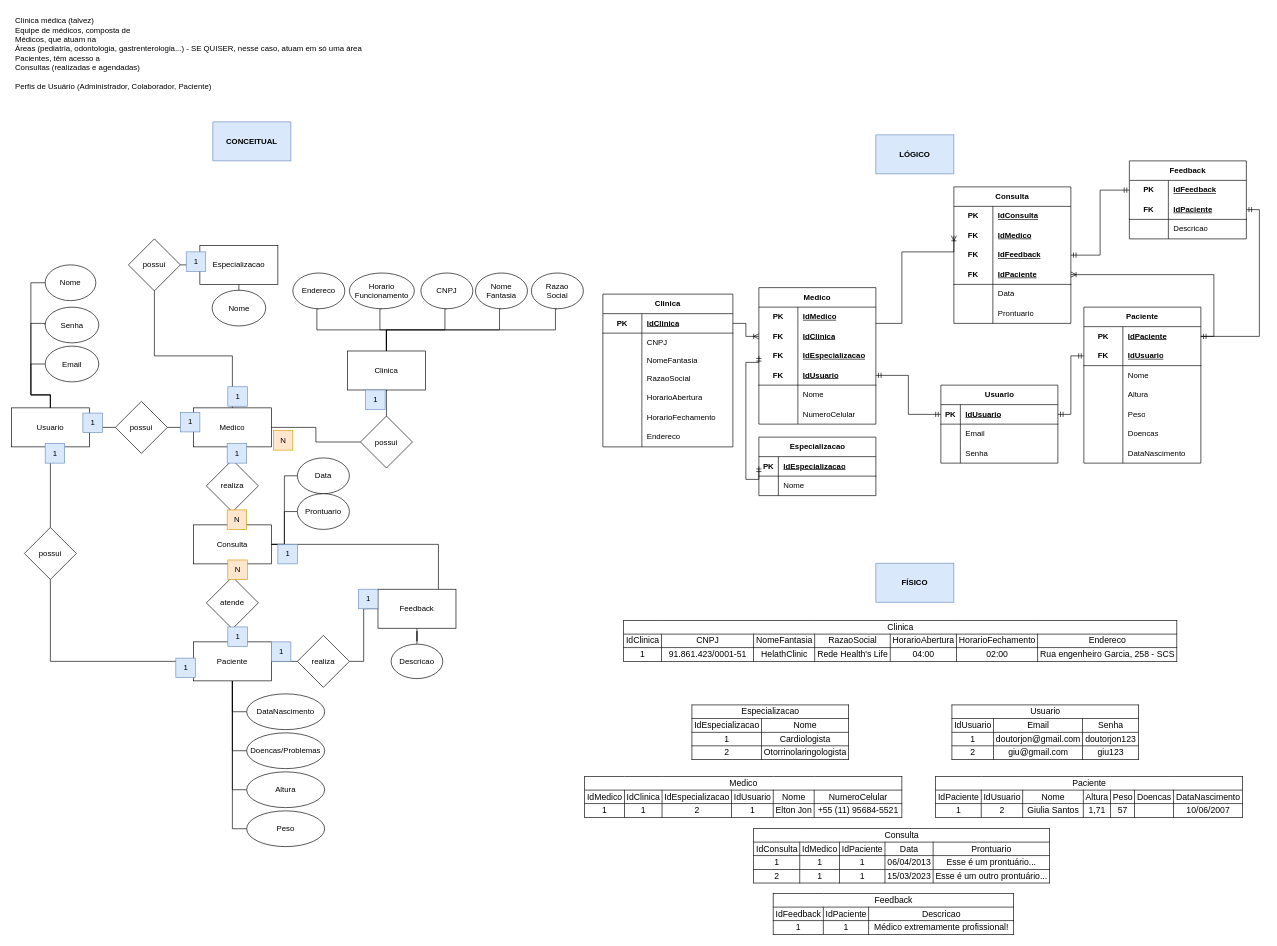
LucasBO7/senai-curso-repos-semestre-2 keeps this draw.io diagram as Banco de dados - Sprint 1/Projeto Health Clinic/Health Clinic.drawio. Above is the earlier version. Source tidied: cells renumbered, new cells numbered last; positions are measured from the earlier drawing's top-left corner, leaving out a move shared by most shapes. Both pictures are drawn from the tidied source at 65%, with x=0, y=0 at pixel (11, 11).
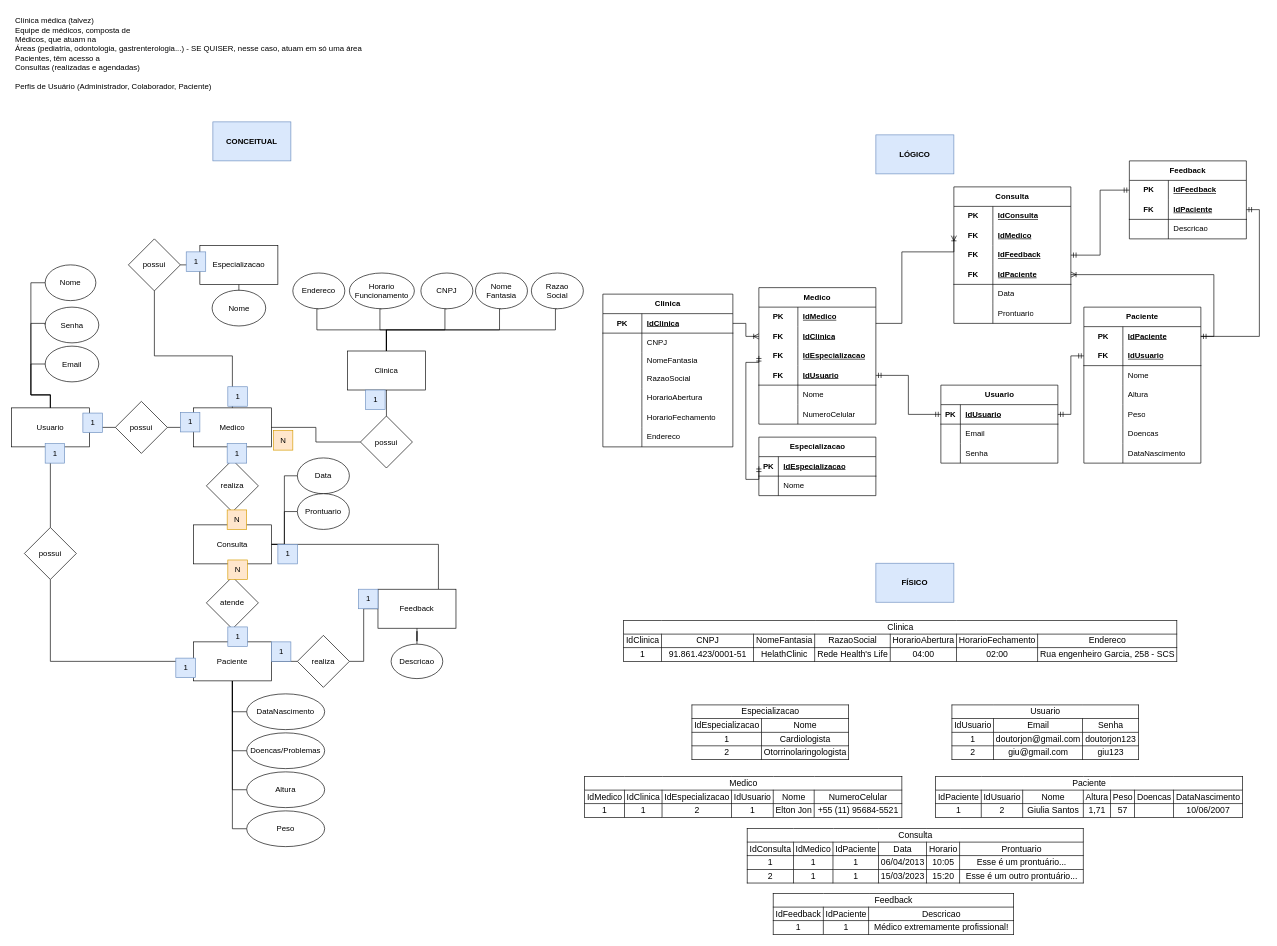
The same page after the edit.

The edit, as a diff of the source:
```diff
@@
-    <mxCell id="181" value="&lt;table xmlns=&quot;http://www.w3.org/1999/xhtml&quot; cellspacing=&quot;0&quot; cellpadding=&quot;0&quot; dir=&quot;ltr&quot; border=&quot;1&quot; style=&quot;table-layout:fixed;font-size:10pt;font-family:Arial;width:0px;border-collapse:collapse;border:none&quot;&gt;&lt;colgroup&gt;&lt;col width=&quot;71&quot;&gt;&lt;col width=&quot;61&quot;&gt;&lt;col width=&quot;70&quot;&gt;&lt;col width=&quot;74&quot;&gt;&lt;col width=&quot;179&quot;&gt;&lt;/colgroup&gt;&lt;tbody&gt;&lt;tr style=&quot;height:21px;&quot;&gt;&lt;td style=&quot;border-top:1px solid #000000;border-right:1px solid #000000;border-bottom:1px solid #000000;border-left:1px solid #000000;overflow:hidden;padding:2px 3px 2px 3px;vertical-align:bottom;text-align:center;&quot; rowspan=&quot;1&quot; colspan=&quot;5&quot;&gt;Consulta&lt;/td&gt;&lt;/tr&gt;&lt;tr style=&quot;height:21px;&quot;&gt;&lt;td style=&quot;border-right:1px solid #000000;border-bottom:1px solid #000000;border-left:1px solid #000000;overflow:hidden;padding:2px 3px 2px 3px;vertical-align:bottom;text-align:center;&quot;&gt;IdConsulta&lt;/td&gt;&lt;td style=&quot;border-right:1px solid #000000;border-bottom:1px solid #000000;overflow:hidden;padding:2px 3px 2px 3px;vertical-align:bottom;text-align:center;&quot;&gt;IdMedico&lt;/td&gt;&lt;td style=&quot;border-right:1px solid #000000;border-bottom:1px solid #000000;overflow:hidden;padding:2px 3px 2px 3px;vertical-align:bottom;text-align:center;&quot;&gt;IdPaciente&lt;/td&gt;&lt;td style=&quot;border-right:1px solid #000000;border-bottom:1px solid #000000;overflow:hidden;padding:2px 3px 2px 3px;vertical-align:bottom;text-align:center;&quot;&gt;Data&lt;/td&gt;&lt;td style=&quot;border-right:1px solid #000000;border-bottom:1px solid #000000;overflow:hidden;padding:2px 3px 2px 3px;vertical-align:bottom;text-align:center;&quot;&gt;Prontuario&lt;/td&gt;&lt;/tr&gt;&lt;tr style=&quot;height:21px;&quot;&gt;&lt;td style=&quot;border-right:1px solid #000000;border-bottom:1px solid #000000;border-left:1px solid #000000;overflow:hidden;padding:2px 3px 2px 3px;vertical-align:bottom;text-align:center;&quot;&gt;1&lt;/td&gt;&lt;td style=&quot;border-right:1px solid #000000;border-bottom:1px solid #000000;overflow:hidden;padding:2px 3px 2px 3px;vertical-align:bottom;text-align:center;&quot;&gt;1&lt;/td&gt;&lt;td style=&quot;border-right:1px solid #000000;border-bottom:1px solid #000000;overflow:hidden;padding:2px 3px 2px 3px;vertical-align:bottom;text-align:center;&quot;&gt;1&lt;/td&gt;&lt;td style=&quot;border-right:1px solid #000000;border-bottom:1px solid #000000;overflow:hidden;padding:2px 3px 2px 3px;vertical-align:bottom;text-align:center;&quot;&gt;06/04/2013&lt;/td&gt;&lt;td style=&quot;border-right:1px solid #000000;border-bottom:1px solid #000000;overflow:hidden;padding:2px 3px 2px 3px;vertical-align:bottom;wrap-strategy:3;white-space:clip;text-align:center;&quot;&gt;Esse é um prontuário...&lt;/td&gt;&lt;/tr&gt;&lt;tr style=&quot;height:21px;&quot;&gt;&lt;td style=&quot;border-right:1px solid #000000;border-bottom:1px solid #000000;border-left:1px solid #000000;overflow:hidden;padding:2px 3px 2px 3px;vertical-align:bottom;text-align:center;&quot;&gt;2&lt;/td&gt;&lt;td style=&quot;border-right:1px solid #000000;border-bottom:1px solid #000000;overflow:hidden;padding:2px 3px 2px 3px;vertical-align:bottom;text-align:center;&quot;&gt;1&lt;/td&gt;&lt;td style=&quot;border-right:1px solid #000000;border-bottom:1px solid #000000;overflow:hidden;padding:2px 3px 2px 3px;vertical-align:bottom;text-align:center;&quot;&gt;1&lt;/td&gt;&lt;td style=&quot;border-right:1px solid #000000;border-bottom:1px solid #000000;overflow:hidden;padding:2px 3px 2px 3px;vertical-align:bottom;text-align:center;&quot;&gt;15/03/2023&lt;/td&gt;&lt;td style=&quot;border-right:1px solid #000000;border-bottom:1px solid #000000;overflow:hidden;padding:2px 3px 2px 3px;vertical-align:bottom;wrap-strategy:3;white-space:clip;text-align:center;&quot;&gt;Esse é um outro prontuário...&lt;/td&gt;&lt;/tr&gt;&lt;/tbody&gt;&lt;/table&gt;" style="text;whiteSpace=wrap;html=1;" parent="1" vertex="1">
-      <mxGeometry x="1140" y="1250" width="460" height="100" as="geometry" />
-    </mxCell>
@@
+    <mxCell id="206" value="&lt;table xmlns=&quot;http://www.w3.org/1999/xhtml&quot; cellspacing=&quot;0&quot; cellpadding=&quot;0&quot; dir=&quot;ltr&quot; border=&quot;1&quot; style=&quot;table-layout:fixed;font-size:10pt;font-family:Arial;width:0px;border-collapse:collapse;border:none&quot;&gt;&lt;colgroup&gt;&lt;col width=&quot;71&quot;&gt;&lt;col width=&quot;61&quot;&gt;&lt;col width=&quot;70&quot;&gt;&lt;col width=&quot;74&quot;&gt;&lt;col width=&quot;51&quot;&gt;&lt;col width=&quot;190&quot;&gt;&lt;/colgroup&gt;&lt;tbody&gt;&lt;tr style=&quot;height:21px;&quot;&gt;&lt;td style=&quot;border-top:1px solid #000000;border-right:1px solid #000000;border-bottom:1px solid #000000;border-left:1px solid #000000;overflow:hidden;padding:2px 3px 2px 3px;vertical-align:bottom;text-align:center;&quot; rowspan=&quot;1&quot; colspan=&quot;6&quot;&gt;Consulta&lt;/td&gt;&lt;/tr&gt;&lt;tr style=&quot;height:21px;&quot;&gt;&lt;td style=&quot;border-right:1px solid #000000;border-bottom:1px solid #000000;border-left:1px solid #000000;overflow:hidden;padding:2px 3px 2px 3px;vertical-align:bottom;text-align:center;&quot;&gt;IdConsulta&lt;/td&gt;&lt;td style=&quot;border-right:1px solid #000000;border-bottom:1px solid #000000;overflow:hidden;padding:2px 3px 2px 3px;vertical-align:bottom;text-align:center;&quot;&gt;IdMedico&lt;/td&gt;&lt;td style=&quot;border-right:1px solid #000000;border-bottom:1px solid #000000;overflow:hidden;padding:2px 3px 2px 3px;vertical-align:bottom;text-align:center;&quot;&gt;IdPaciente&lt;/td&gt;&lt;td style=&quot;border-right:1px solid #000000;border-bottom:1px solid #000000;overflow:hidden;padding:2px 3px 2px 3px;vertical-align:bottom;text-align:center;&quot;&gt;Data&lt;/td&gt;&lt;td style=&quot;border-right:1px solid #000000;border-bottom:1px solid #000000;overflow:hidden;padding:2px 3px 2px 3px;vertical-align:bottom;text-align:center;&quot;&gt;Horario&lt;/td&gt;&lt;td style=&quot;border-right:1px solid #000000;border-bottom:1px solid #000000;overflow:hidden;padding:2px 3px 2px 3px;vertical-align:bottom;text-align:center;&quot;&gt;Prontuario&lt;/td&gt;&lt;/tr&gt;&lt;tr style=&quot;height:21px;&quot;&gt;&lt;td style=&quot;border-right:1px solid #000000;border-bottom:1px solid #000000;border-left:1px solid #000000;overflow:hidden;padding:2px 3px 2px 3px;vertical-align:bottom;text-align:center;&quot;&gt;1&lt;/td&gt;&lt;td style=&quot;border-right:1px solid #000000;border-bottom:1px solid #000000;overflow:hidden;padding:2px 3px 2px 3px;vertical-align:bottom;text-align:center;&quot;&gt;1&lt;/td&gt;&lt;td style=&quot;border-right:1px solid #000000;border-bottom:1px solid #000000;overflow:hidden;padding:2px 3px 2px 3px;vertical-align:bottom;text-align:center;&quot;&gt;1&lt;/td&gt;&lt;td style=&quot;border-right:1px solid #000000;border-bottom:1px solid #000000;overflow:hidden;padding:2px 3px 2px 3px;vertical-align:bottom;text-align:center;&quot;&gt;06/04/2013&lt;/td&gt;&lt;td style=&quot;border-right:1px solid #000000;border-bottom:1px solid #000000;overflow:hidden;padding:2px 3px 2px 3px;vertical-align:bottom;text-align:center;&quot;&gt;10:05&lt;/td&gt;&lt;td style=&quot;border-right:1px solid #000000;border-bottom:1px solid #000000;overflow:hidden;padding:2px 3px 2px 3px;vertical-align:bottom;wrap-strategy:3;white-space:clip;text-align:center;&quot;&gt;Esse é um prontuário...&lt;/td&gt;&lt;/tr&gt;&lt;tr style=&quot;height:21px;&quot;&gt;&lt;td style=&quot;border-right:1px solid #000000;border-bottom:1px solid #000000;border-left:1px solid #000000;overflow:hidden;padding:2px 3px 2px 3px;vertical-align:bottom;text-align:center;&quot;&gt;2&lt;/td&gt;&lt;td style=&quot;border-right:1px solid #000000;border-bottom:1px solid #000000;overflow:hidden;padding:2px 3px 2px 3px;vertical-align:bottom;text-align:center;&quot;&gt;1&lt;/td&gt;&lt;td style=&quot;border-right:1px solid #000000;border-bottom:1px solid #000000;overflow:hidden;padding:2px 3px 2px 3px;vertical-align:bottom;text-align:center;&quot;&gt;1&lt;/td&gt;&lt;td style=&quot;border-right:1px solid #000000;border-bottom:1px solid #000000;overflow:hidden;padding:2px 3px 2px 3px;vertical-align:bottom;text-align:center;&quot;&gt;15/03/2023&lt;/td&gt;&lt;td style=&quot;border-right:1px solid #000000;border-bottom:1px solid #000000;overflow:hidden;padding:2px 3px 2px 3px;vertical-align:bottom;text-align:center;&quot;&gt;15:20&lt;/td&gt;&lt;td style=&quot;border-right:1px solid #000000;border-bottom:1px solid #000000;overflow:hidden;padding:2px 3px 2px 3px;vertical-align:bottom;wrap-strategy:3;white-space:clip;text-align:center;&quot;&gt;Esse é um outro prontuário...&lt;/td&gt;&lt;/tr&gt;&lt;/tbody&gt;&lt;/table&gt;" style="text;whiteSpace=wrap;html=1;" parent="1" vertex="1">
+      <mxGeometry x="1130" y="1250" width="530" height="90" as="geometry" />
+    </mxCell>
```
